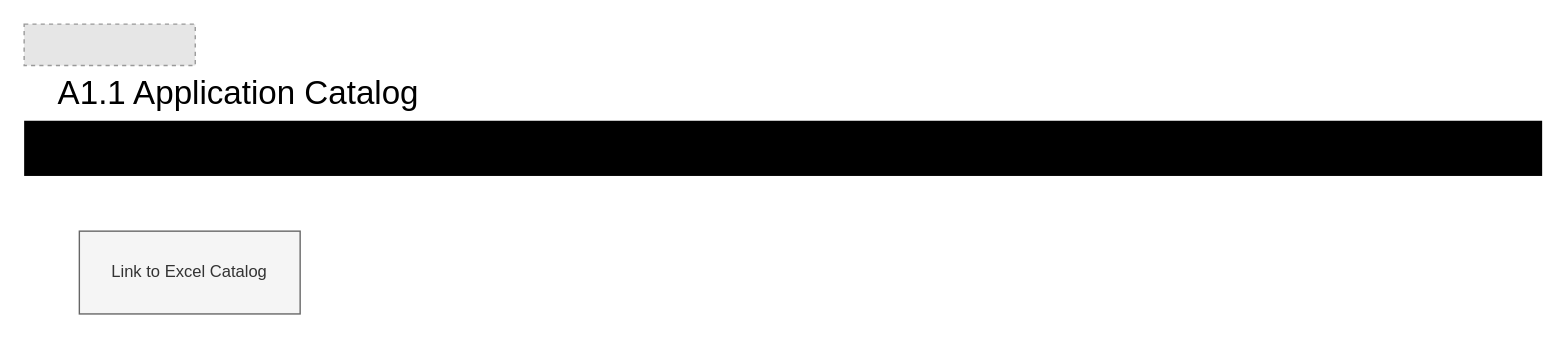
Above: page "A1.1" (1 of 10) of A1.2_ApplicationReferenceModel.drawio in darrellcbrown/architecture-diagrams (draw.io), before the change. Source tidied: cells renumbered, new cells numbered last; positions are measured from the earlier drawing's top-left corner, leaving out a move shared by most shapes. Both pictures are drawn from the tidied source at 138%, with x=0, y=0 at pixel (23, 23). Pictures stored in the file or linked from it are replaced by grey dashed boxes.
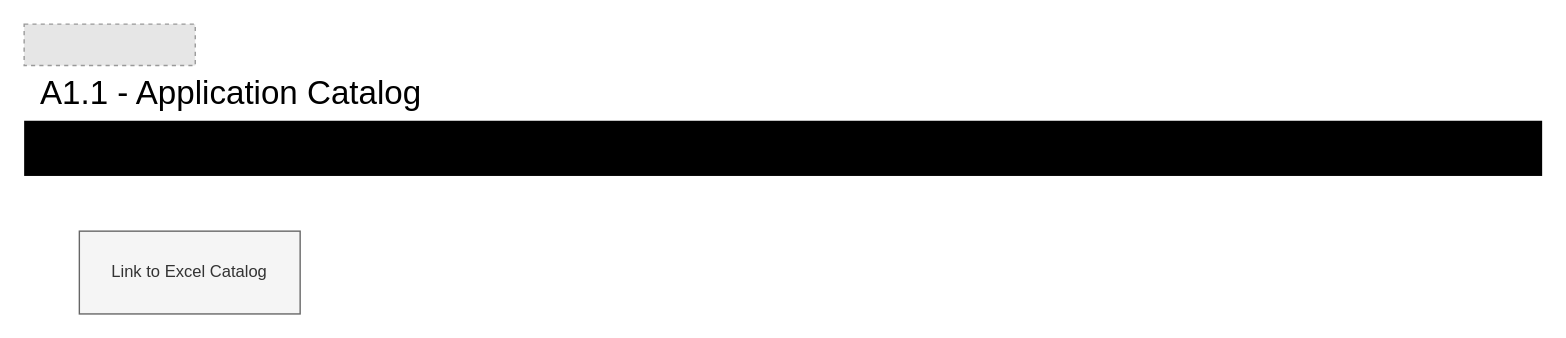
Above is the later version.

Change to the diagram source:
```diff
@@
 <mxGraphModel>
   <root>
     <mxCell id="0" />
     <mxCell id="1" parent="0" />
     <mxCell id="2" style="rounded=0;whiteSpace=wrap;html=1;fillColor=#000000;strokeColor=none;" parent="1" vertex="1">
       <mxGeometry y="70" width="1100" height="40" as="geometry" />
     </mxCell>
-    <mxCell id="3" value="A1.1 Application Catalog" style="text;html=1;align=center;verticalAlign=middle;strokeColor=none;fillColor=none;fontSize=24;" parent="1" vertex="1">
-      <mxGeometry x="10" y="30" width="290" height="40" as="geometry" />
+    <mxCell id="3" value="A1.1 - Application Catalog" style="text;html=1;align=left;verticalAlign=middle;strokeColor=none;fillColor=none;fontSize=24;" parent="1" vertex="1">
+      <mxGeometry x="10" y="30" width="300" height="40" as="geometry" />
     </mxCell>
     <mxCell id="4" style="fillColor=#E6E6E6;strokeColor=#999999;dashed=1;verticalLabelPosition=bottom;labelBackgroundColor=default;verticalAlign=top;" parent="1" vertex="1">
       <mxGeometry width="124" height="30" as="geometry" />
     </mxCell>
     <mxCell id="5" parent="0" />
     <mxCell id="6" value="Link to Excel Catalog" style="rounded=0;whiteSpace=wrap;html=1;fillColor=#f5f5f5;strokeColor=#666666;fontColor=#333333;" parent="5" vertex="1">
       <mxGeometry x="40" y="150" width="160" height="60" as="geometry" />
     </mxCell>
   </root>
 </mxGraphModel>
```
